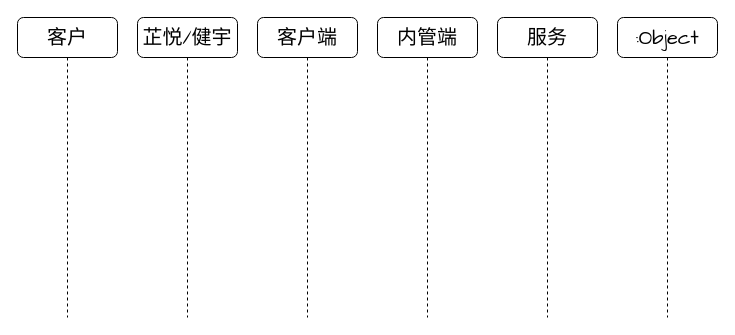
Earlier version of the draw.io diagram demo/未命名绘图.drawio (0573xieguojia/To-program). Source tidied: cells renumbered, new cells numbered last; positions are measured from the earlier drawing's top-left corner, leaving out a move shared by most shapes. Both pictures are drawn from the tidied source at 100%, with x=0, y=0 at pixel (17, 17).
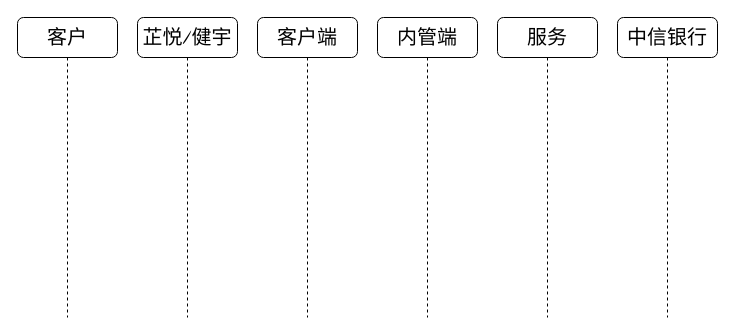
The same diagram, later.

Commit message:
更新中信银行.drawio

The edit, as a diff of the source:
```diff
@@
 <mxGraphModel>
   <root>
     <mxCell id="0" />
     <mxCell id="1" parent="0" />
     <mxCell id="2" value="客户" style="shape=umlLifeline;perimeter=lifelinePerimeter;whiteSpace=wrap;html=1;newEdgeStyle={&quot;edgeStyle&quot;:&quot;elbowEdgeStyle&quot;,&quot;elbow&quot;:&quot;vertical&quot;,&quot;curved&quot;:0,&quot;rounded&quot;:0};hachureGap=4;fontFamily=Architects Daughter;fontSize=20;rounded=1;" parent="1" vertex="1">
       <mxGeometry width="100" height="300" as="geometry" />
     </mxCell>
     <mxCell id="3" value="芷悦/健宇" style="shape=umlLifeline;perimeter=lifelinePerimeter;whiteSpace=wrap;html=1;newEdgeStyle={&quot;edgeStyle&quot;:&quot;elbowEdgeStyle&quot;,&quot;elbow&quot;:&quot;vertical&quot;,&quot;curved&quot;:0,&quot;rounded&quot;:0};hachureGap=4;fontFamily=Architects Daughter;fontSize=20;rounded=1;" parent="1" vertex="1">
       <mxGeometry x="120" width="100" height="300" as="geometry" />
     </mxCell>
     <mxCell id="4" value="客户端" style="shape=umlLifeline;perimeter=lifelinePerimeter;whiteSpace=wrap;html=1;newEdgeStyle={&quot;edgeStyle&quot;:&quot;elbowEdgeStyle&quot;,&quot;elbow&quot;:&quot;vertical&quot;,&quot;curved&quot;:0,&quot;rounded&quot;:0};hachureGap=4;fontFamily=Architects Daughter;fontSize=20;rounded=1;" parent="1" vertex="1">
       <mxGeometry x="240" width="100" height="300" as="geometry" />
     </mxCell>
     <mxCell id="5" value="内管端" style="shape=umlLifeline;perimeter=lifelinePerimeter;whiteSpace=wrap;html=1;newEdgeStyle={&quot;edgeStyle&quot;:&quot;elbowEdgeStyle&quot;,&quot;elbow&quot;:&quot;vertical&quot;,&quot;curved&quot;:0,&quot;rounded&quot;:0};hachureGap=4;fontFamily=Architects Daughter;fontSize=20;rounded=1;" parent="1" vertex="1">
       <mxGeometry x="360" width="100" height="300" as="geometry" />
     </mxCell>
     <mxCell id="6" value="服务" style="shape=umlLifeline;perimeter=lifelinePerimeter;whiteSpace=wrap;html=1;newEdgeStyle={&quot;edgeStyle&quot;:&quot;elbowEdgeStyle&quot;,&quot;elbow&quot;:&quot;vertical&quot;,&quot;curved&quot;:0,&quot;rounded&quot;:0};hachureGap=4;fontFamily=Architects Daughter;fontSize=20;rounded=1;" parent="1" vertex="1">
       <mxGeometry x="480" width="100" height="300" as="geometry" />
     </mxCell>
-    <mxCell id="7" value=":Object" style="shape=umlLifeline;perimeter=lifelinePerimeter;whiteSpace=wrap;html=1;newEdgeStyle={&quot;edgeStyle&quot;:&quot;elbowEdgeStyle&quot;,&quot;elbow&quot;:&quot;vertical&quot;,&quot;curved&quot;:0,&quot;rounded&quot;:0};hachureGap=4;fontFamily=Architects Daughter;fontSize=20;rounded=1;" parent="1" vertex="1">
+    <mxCell id="7" value="中信银行" style="shape=umlLifeline;perimeter=lifelinePerimeter;whiteSpace=wrap;html=1;newEdgeStyle={&quot;edgeStyle&quot;:&quot;elbowEdgeStyle&quot;,&quot;elbow&quot;:&quot;vertical&quot;,&quot;curved&quot;:0,&quot;rounded&quot;:0};hachureGap=4;fontFamily=Architects Daughter;fontSize=20;rounded=1;" parent="1" vertex="1">
       <mxGeometry x="600" width="100" height="300" as="geometry" />
     </mxCell>
   </root>
 </mxGraphModel>
```
